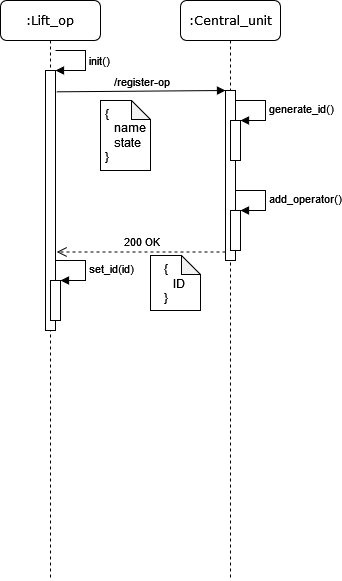
AUT-Hard-Ski-Paradise/.github keeps this draw.io diagram as doc/diagrams/png/Lift op web register.png. Above is the earlier version. Source tidied: cells renumbered, new cells last; positions are measured from the earlier drawing's top-left corner, leaving out a move shared by most shapes. Source of this version:
```xml
<mxGraphModel>
  <root>
    <mxCell id="0" />
    <mxCell id="1" parent="0" />
    <mxCell id="2" value=":Central_unit" style="shape=umlLifeline;perimeter=lifelinePerimeter;whiteSpace=wrap;html=1;rounded=1;shadow=0;comic=0;labelBackgroundColor=none;strokeWidth=1;fontFamily=Verdana;fontSize=12;align=center;" parent="1" vertex="1">
      <mxGeometry x="180" width="100" height="580" as="geometry" />
    </mxCell>
    <mxCell id="3" style="html=1;points=[];perimeter=orthogonalPerimeter;" parent="2" vertex="1">
      <mxGeometry x="45" y="90" width="10" height="170" as="geometry" />
    </mxCell>
    <mxCell id="4" style="html=1;points=[];perimeter=orthogonalPerimeter;" parent="2" vertex="1">
      <mxGeometry x="50" y="120" width="10" height="40" as="geometry" />
    </mxCell>
    <mxCell id="5" value="generate_id()" style="edgeStyle=orthogonalEdgeStyle;html=1;align=left;spacingLeft=2;endArrow=block;rounded=0;entryX=1;entryY=0;" parent="2" edge="1" target="4">
      <mxGeometry relative="1" as="geometry">
        <mxPoint x="55" y="100" as="sourcePoint" />
        <Array as="points">
          <mxPoint x="85" y="100" />
        </Array>
      </mxGeometry>
    </mxCell>
    <mxCell id="6" style="html=1;points=[];perimeter=orthogonalPerimeter;" parent="2" vertex="1">
      <mxGeometry x="50" y="210" width="10" height="40" as="geometry" />
    </mxCell>
    <mxCell id="7" value="add_operator()" style="edgeStyle=orthogonalEdgeStyle;html=1;align=left;spacingLeft=2;endArrow=block;rounded=0;entryX=1;entryY=0;" parent="2" edge="1" target="6">
      <mxGeometry relative="1" as="geometry">
        <mxPoint x="55" y="190" as="sourcePoint" />
        <Array as="points">
          <mxPoint x="85" y="190" />
        </Array>
      </mxGeometry>
    </mxCell>
    <mxCell id="8" value=":Lift_op" style="shape=umlLifeline;perimeter=lifelinePerimeter;whiteSpace=wrap;html=1;rounded=1;shadow=0;comic=0;labelBackgroundColor=none;strokeWidth=1;fontFamily=Verdana;fontSize=12;align=center;" parent="1" vertex="1">
      <mxGeometry width="100" height="580" as="geometry" />
    </mxCell>
    <mxCell id="9" style="html=1;points=[];perimeter=orthogonalPerimeter;" parent="8" vertex="1">
      <mxGeometry x="45" y="70" width="10" height="260" as="geometry" />
    </mxCell>
    <mxCell id="10" value="init()" style="edgeStyle=orthogonalEdgeStyle;html=1;align=left;spacingLeft=2;endArrow=block;rounded=0;entryX=1;entryY=0;" parent="8" edge="1" target="9">
      <mxGeometry relative="1" as="geometry">
        <mxPoint x="55" y="50" as="sourcePoint" />
        <Array as="points">
          <mxPoint x="85" y="50" />
        </Array>
      </mxGeometry>
    </mxCell>
    <mxCell id="11" style="html=1;points=[];perimeter=orthogonalPerimeter;" parent="8" vertex="1">
      <mxGeometry x="50" y="280" width="10" height="40" as="geometry" />
    </mxCell>
    <mxCell id="12" value="set_id(id)" style="edgeStyle=orthogonalEdgeStyle;html=1;align=left;spacingLeft=2;endArrow=block;rounded=0;entryX=1;entryY=0;" parent="8" edge="1" target="11">
      <mxGeometry relative="1" as="geometry">
        <mxPoint x="55" y="260" as="sourcePoint" />
        <Array as="points">
          <mxPoint x="85" y="260" />
        </Array>
      </mxGeometry>
    </mxCell>
    <mxCell id="13" value="/register-op" style="html=1;verticalAlign=bottom;endArrow=block;entryX=0;entryY=0;rounded=0;exitX=1.12;exitY=0.082;exitDx=0;exitDy=0;exitPerimeter=0;" parent="1" edge="1" source="9" target="3">
      <mxGeometry relative="1" as="geometry" />
    </mxCell>
    <mxCell id="14" value="200 OK" style="html=1;verticalAlign=bottom;endArrow=open;dashed=1;endSize=8;exitX=0;exitY=0.95;rounded=0;entryX=1.12;entryY=0.698;entryDx=0;entryDy=0;entryPerimeter=0;" parent="1" edge="1" source="3" target="9">
      <mxGeometry relative="1" as="geometry" />
    </mxCell>
    <mxCell id="15" value="&lt;div align=&quot;left&quot;&gt;{&lt;/div&gt;&lt;div align=&quot;left&quot;&gt;&amp;nbsp;&amp;nbsp; name&lt;/div&gt;&lt;div align=&quot;left&quot;&gt;&amp;nbsp;&amp;nbsp; state&lt;/div&gt;&lt;div align=&quot;left&quot;&gt;}&lt;br&gt;&lt;/div&gt;" style="shape=note;whiteSpace=wrap;html=1;backgroundOutline=1;darkOpacity=0.05;size=19;" parent="1" vertex="1">
      <mxGeometry x="100" y="100" width="50" height="70" as="geometry" />
    </mxCell>
    <mxCell id="16" value="&lt;div align=&quot;left&quot;&gt;{&lt;/div&gt;&lt;div align=&quot;left&quot;&gt;&amp;nbsp;&amp;nbsp; ID&lt;br&gt;&lt;/div&gt;&lt;div align=&quot;left&quot;&gt;}&lt;br&gt;&lt;/div&gt;" style="shape=note;whiteSpace=wrap;html=1;backgroundOutline=1;darkOpacity=0.05;size=19;" parent="1" vertex="1">
      <mxGeometry x="150" y="255" width="50" height="55" as="geometry" />
    </mxCell>
  </root>
</mxGraphModel>
```
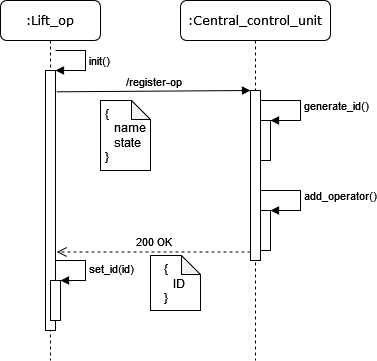
Later version of the same file.

Change to the diagram source:
```diff
@@ -2,36 +2,38 @@
   <root>
     <mxCell id="0" />
     <mxCell id="1" parent="0" />
-    <mxCell id="2" value=":Central_unit" style="shape=umlLifeline;perimeter=lifelinePerimeter;whiteSpace=wrap;html=1;rounded=1;shadow=0;comic=0;labelBackgroundColor=none;strokeWidth=1;fontFamily=Verdana;fontSize=12;align=center;" parent="1" vertex="1">
-      <mxGeometry x="180" width="100" height="580" as="geometry" />
+    <mxCell id="2" value=":Central_control_unit" style="shape=umlLifeline;perimeter=lifelinePerimeter;whiteSpace=wrap;html=1;rounded=1;shadow=0;comic=0;labelBackgroundColor=none;strokeWidth=1;fontFamily=Verdana;fontSize=12;align=center;" parent="1" vertex="1">
+      <mxGeometry x="180" width="150" height="360" as="geometry" />
     </mxCell>
     <mxCell id="3" style="html=1;points=[];perimeter=orthogonalPerimeter;" parent="2" vertex="1">
-      <mxGeometry x="45" y="90" width="10" height="170" as="geometry" />
+      <mxGeometry x="70" y="90" width="10" height="170" as="geometry" />
     </mxCell>
     <mxCell id="4" style="html=1;points=[];perimeter=orthogonalPerimeter;" parent="2" vertex="1">
-      <mxGeometry x="50" y="120" width="10" height="40" as="geometry" />
+      <mxGeometry x="80" y="120" width="10" height="40" as="geometry" />
     </mxCell>
     <mxCell id="5" value="generate_id()" style="edgeStyle=orthogonalEdgeStyle;html=1;align=left;spacingLeft=2;endArrow=block;rounded=0;entryX=1;entryY=0;" parent="2" edge="1" target="4">
       <mxGeometry relative="1" as="geometry">
-        <mxPoint x="55" y="100" as="sourcePoint" />
+        <mxPoint x="80" y="100" as="sourcePoint" />
         <Array as="points">
-          <mxPoint x="85" y="100" />
+          <mxPoint x="120" y="100" />
+          <mxPoint x="120" y="120" />
         </Array>
       </mxGeometry>
     </mxCell>
     <mxCell id="6" style="html=1;points=[];perimeter=orthogonalPerimeter;" parent="2" vertex="1">
-      <mxGeometry x="50" y="210" width="10" height="40" as="geometry" />
+      <mxGeometry x="80" y="210" width="10" height="40" as="geometry" />
     </mxCell>
     <mxCell id="7" value="add_operator()" style="edgeStyle=orthogonalEdgeStyle;html=1;align=left;spacingLeft=2;endArrow=block;rounded=0;entryX=1;entryY=0;" parent="2" edge="1" target="6">
       <mxGeometry relative="1" as="geometry">
-        <mxPoint x="55" y="190" as="sourcePoint" />
+        <mxPoint x="80" y="190" as="sourcePoint" />
         <Array as="points">
-          <mxPoint x="85" y="190" />
+          <mxPoint x="120" y="190" />
+          <mxPoint x="120" y="210" />
         </Array>
       </mxGeometry>
     </mxCell>
     <mxCell id="8" value=":Lift_op" style="shape=umlLifeline;perimeter=lifelinePerimeter;whiteSpace=wrap;html=1;rounded=1;shadow=0;comic=0;labelBackgroundColor=none;strokeWidth=1;fontFamily=Verdana;fontSize=12;align=center;" parent="1" vertex="1">
-      <mxGeometry width="100" height="580" as="geometry" />
+      <mxGeometry width="100" height="360" as="geometry" />
     </mxCell>
     <mxCell id="9" style="html=1;points=[];perimeter=orthogonalPerimeter;" parent="8" vertex="1">
       <mxGeometry x="45" y="70" width="10" height="260" as="geometry" />
```
